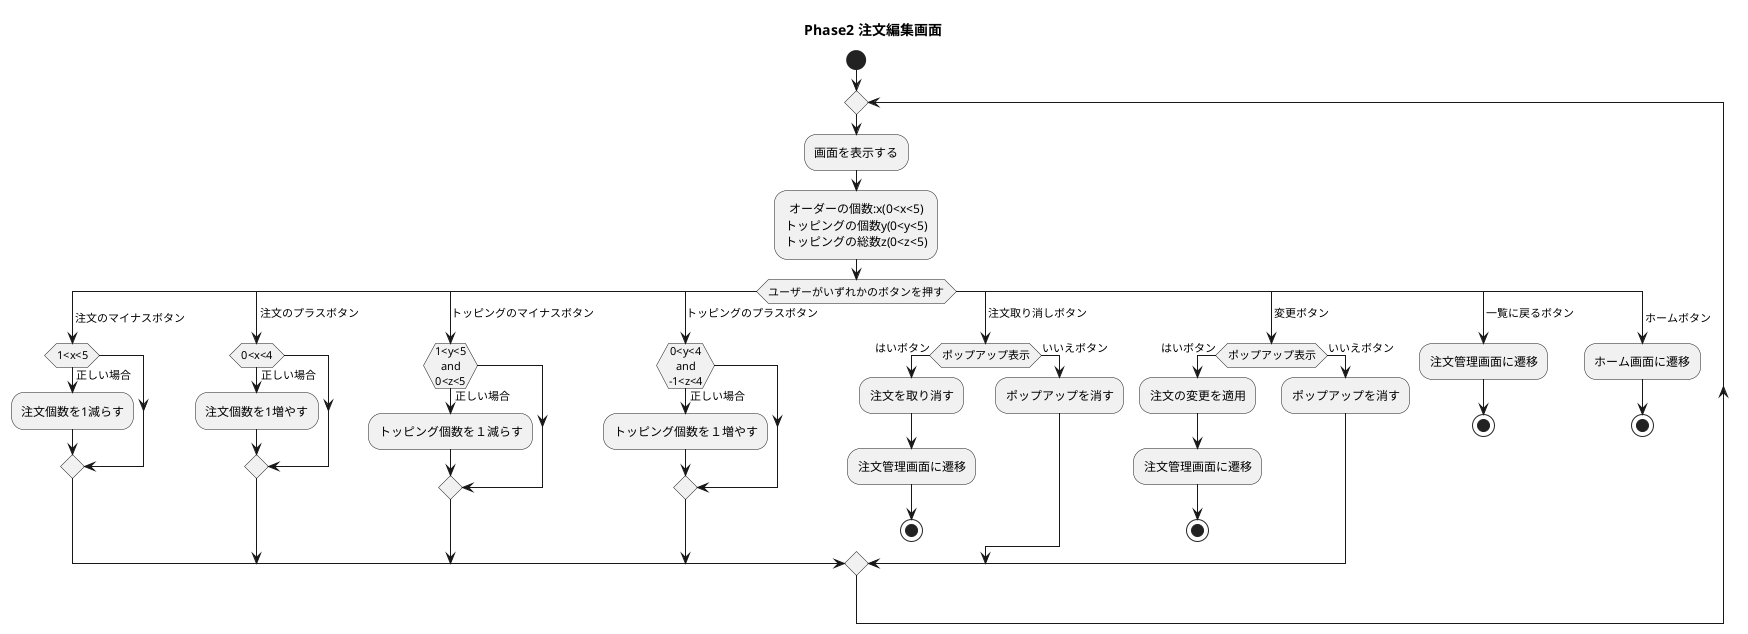
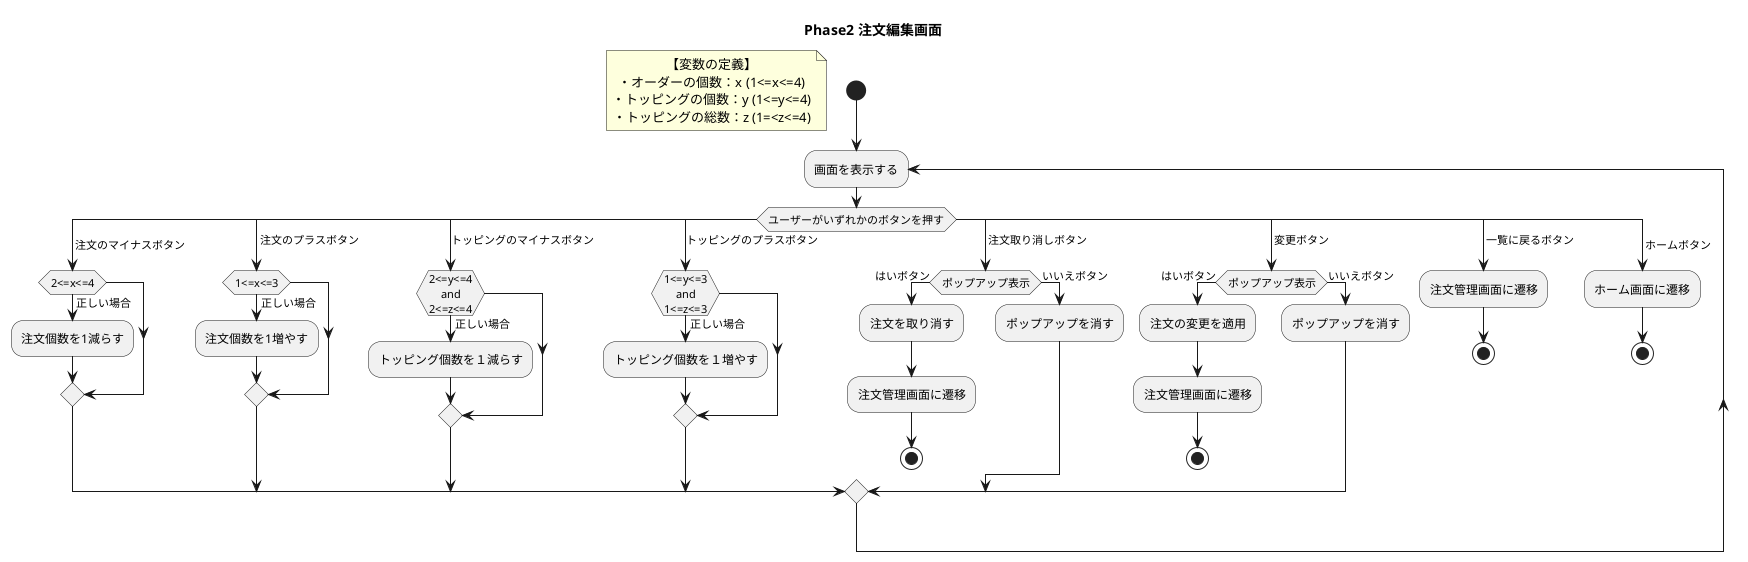
@startuml

title Phase2 注文編集画面
skinparam defaulttextalignment center

start
- repeat
- :画面を表示する;
- :オーダーの個数:x(0<x<5)\nトッピングの個数y(0<y<5)\nトッピングの総数z(0<z<5);
+ 
+ floating note left
+   【変数の定義】
+   ・オーダーの個数：x (1<=x<=4)
+   ・トッピングの個数：y (1<=y<=4)
+   ・トッピングの総数：z (1=<z<=4)
+ end note
+ 
+ repeat:画面を表示する;
+ 

switch (ユーザーがいずれかのボタンを押す)

case( 注文のマイナスボタン)
- if (1<x<5) then (正しい場合)
+ if (2<=x<=4) then (正しい場合)
:注文個数を1減らす;
endif

case( 注文のプラスボタン)
- if (0<x<4) then (正しい場合)
+ if (1<=x<=3) then (正しい場合)
:注文個数を1増やす;
endif

case(トッピングのマイナスボタン)
- if (1<y<5\nand\n0<z<5) then (正しい場合)
+ if (2<=y<=4\nand\n2<=z<=4) then (正しい場合)
:トッピング個数を１減らす;
end if

case(トッピングのプラスボタン)
- if (0<y<4\nand\n-1<z<4) then (正しい場合)
+ if (1<=y<=3\nand\n1<=z<=3) then (正しい場合)
:トッピング個数を１増やす;
endif

case( 注文取り消しボタン)
if (ポップアップ表示) then (はいボタン)
:注文を取り消す;
:注文管理画面に遷移;
stop
else (いいえボタン)
:ポップアップを消す;
endif

case( 変更ボタン)

if (ポップアップ表示) then (はいボタン)
:注文の変更を適用;
:注文管理画面に遷移;
stop
else (いいえボタン)
:ポップアップを消す;
endif

case( 一覧に戻るボタン)
:注文管理画面に遷移;
stop

case( ホームボタン)
:ホーム画面に遷移;
stop

endswitch

@enduml